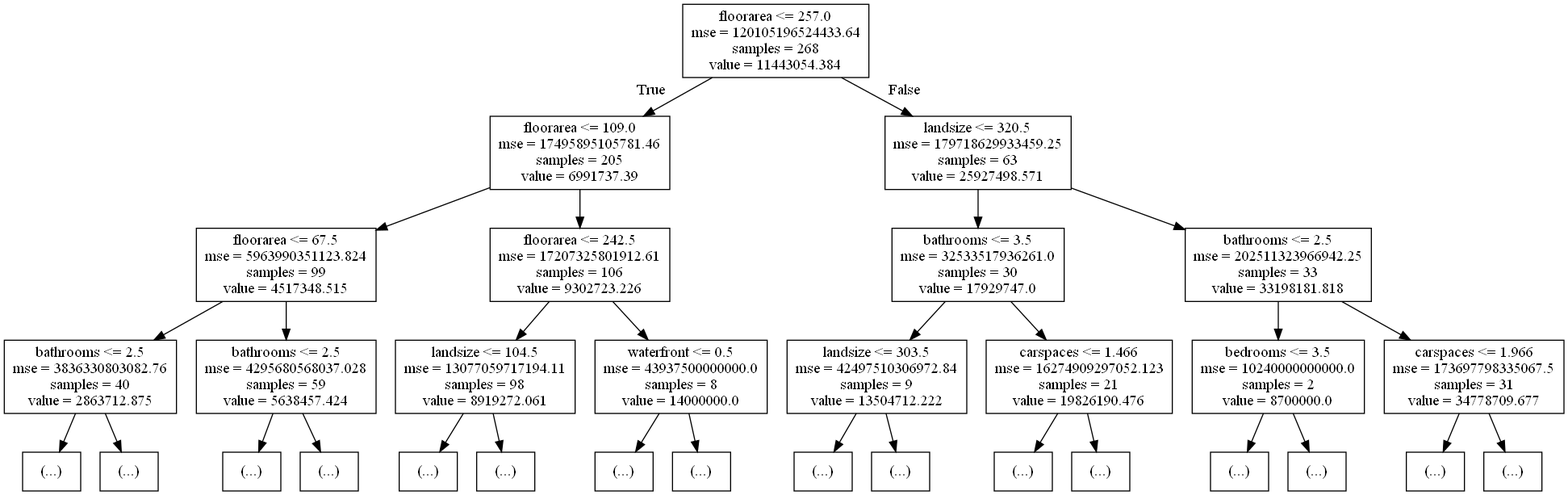
This is tree.png from gwynncausing/RealEstateMultipleRegression, a Graphviz export, as it was before one commit. Its source is kept beside it as tree.dot.
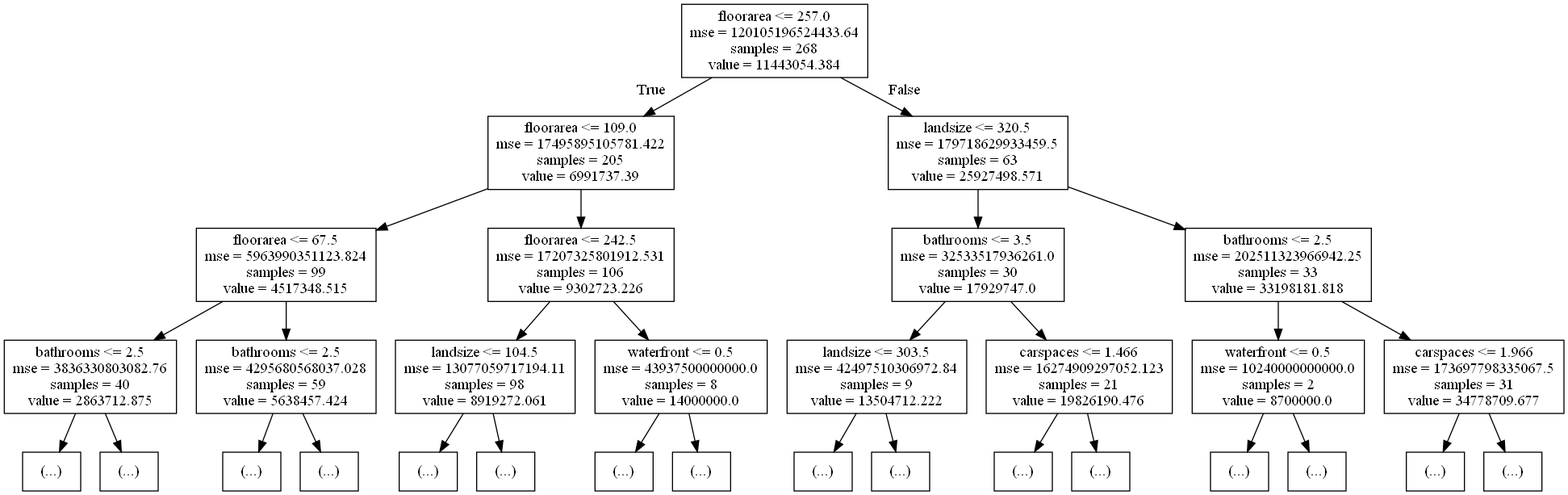
The same diagram one commit later.

What changed in the source:
```diff
@@ -1,7 +1,7 @@
 digraph Tree {
 node [shape=box] ;
 0 [label="floorarea <= 257.0\nmse = 120105196524433.64\nsamples = 268\nvalue = 11443054.384"] ;
-1 [label="floorarea <= 109.0\nmse = 17495895105781.46\nsamples = 205\nvalue = 6991737.39"] ;
+1 [label="floorarea <= 109.0\nmse = 17495895105781.422\nsamples = 205\nvalue = 6991737.39"] ;
 0 -> 1 [labeldistance=2.5, labelangle=45, headlabel="True"] ;
 2 [label="floorarea <= 67.5\nmse = 5963990351123.824\nsamples = 99\nvalue = 4517348.515"] ;
 1 -> 2 ;
@@ -17,7 +17,7 @@
 6 -> 7 ;
 8 [label="(...)"] ;
 6 -> 8 ;
-9 [label="floorarea <= 242.5\nmse = 17207325801912.61\nsamples = 106\nvalue = 9302723.226"] ;
+9 [label="floorarea <= 242.5\nmse = 17207325801912.531\nsamples = 106\nvalue = 9302723.226"] ;
 1 -> 9 ;
 10 [label="landsize <= 104.5\nmse = 13077059717194.11\nsamples = 98\nvalue = 8919272.061"] ;
 9 -> 10 ;
@@ -31,7 +31,7 @@
 13 -> 14 ;
 15 [label="(...)"] ;
 13 -> 15 ;
-16 [label="landsize <= 320.5\nmse = 179718629933459.25\nsamples = 63\nvalue = 25927498.571"] ;
+16 [label="landsize <= 320.5\nmse = 179718629933459.5\nsamples = 63\nvalue = 25927498.571"] ;
 0 -> 16 [labeldistance=2.5, labelangle=-45, headlabel="False"] ;
 17 [label="bathrooms <= 3.5\nmse = 32533517936261.0\nsamples = 30\nvalue = 17929747.0"] ;
 16 -> 17 ;
@@ -49,7 +49,7 @@
 21 -> 23 ;
 24 [label="bathrooms <= 2.5\nmse = 202511323966942.25\nsamples = 33\nvalue = 33198181.818"] ;
 16 -> 24 ;
-25 [label="bedrooms <= 3.5\nmse = 10240000000000.0\nsamples = 2\nvalue = 8700000.0"] ;
+25 [label="waterfront <= 0.5\nmse = 10240000000000.0\nsamples = 2\nvalue = 8700000.0"] ;
 24 -> 25 ;
 26 [label="(...)"] ;
 25 -> 26 ;
```
